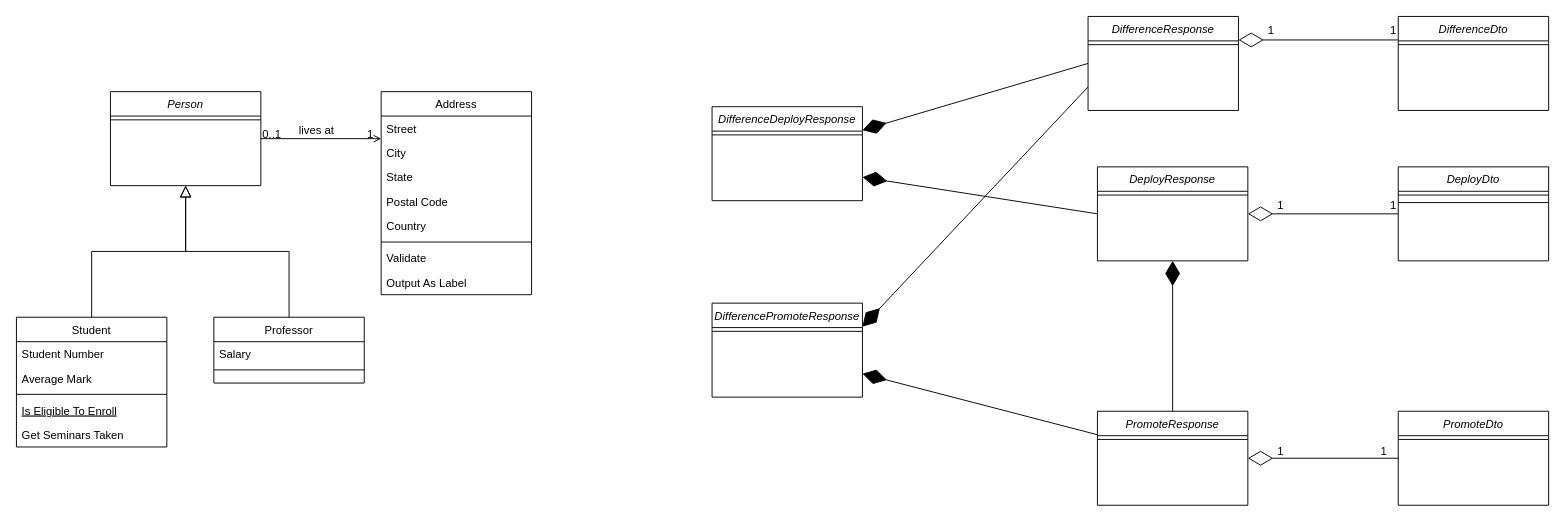
Earlier version of the draw.io diagram application-diagrams/casino/technical/diff-calculator-and-deployer/ClassDiagram.drawio (rohit23ahuja/draw-io). Source tidied: cells renumbered, new cells numbered last; positions are measured from the earlier drawing's top-left corner, leaving out a move shared by most shapes. Both pictures are drawn from the tidied source at 94%, with x=0, y=0 at pixel (16, 16).
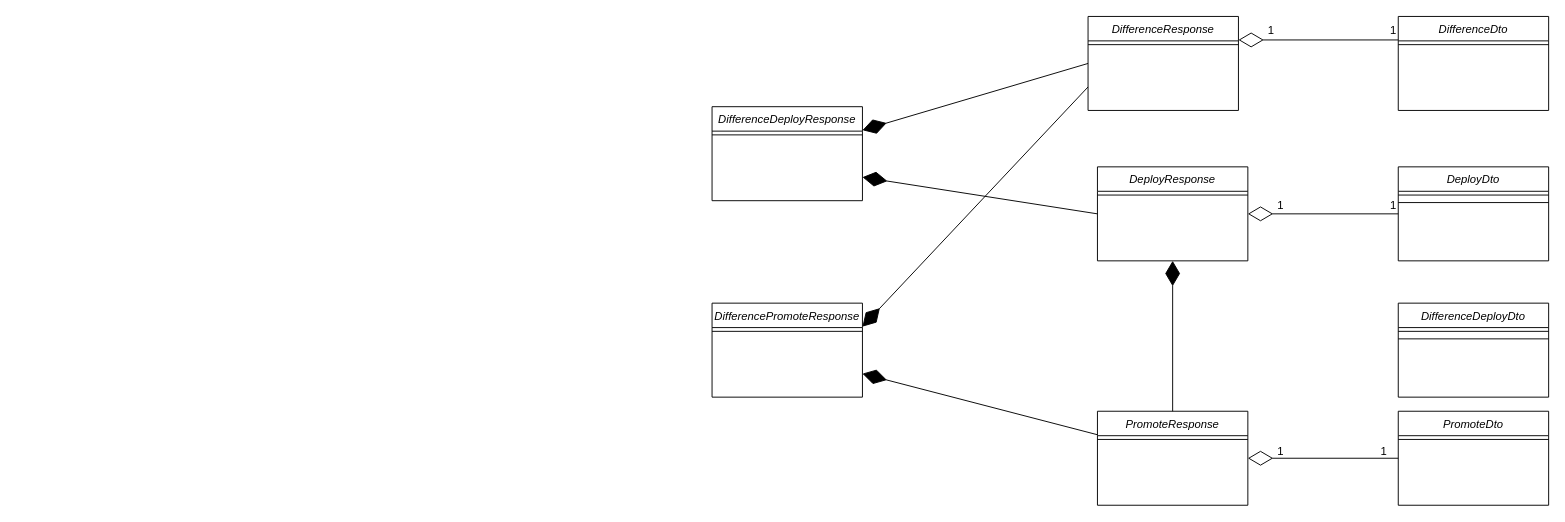
The same diagram, later.

What changed in the source:
```diff
@@
-    <mxCell id="2" value="Person" style="swimlane;fontStyle=2;align=center;verticalAlign=top;horizontal=1;startSize=26;rounded=0;shadow=0;strokeWidth=1;" parent="1" vertex="1">
-      <mxGeometry x="100" y="80" width="160" height="100" as="geometry" />
-    </mxCell>
-    <mxCell id="3" style="line;html=1;strokeWidth=1;align=left;verticalAlign=middle;spacingTop=-1;spacingLeft=3;spacingRight=3;labelPosition=right;" parent="2" vertex="1">
-      <mxGeometry y="26" width="160" height="8" as="geometry" />
-    </mxCell>
-    <mxCell id="4" value="Student" style="swimlane;fontStyle=0;align=center;verticalAlign=top;horizontal=1;startSize=26;rounded=0;shadow=0;strokeWidth=1;" parent="1" vertex="1">
-      <mxGeometry y="320" width="160" height="138" as="geometry" />
-    </mxCell>
-    <mxCell id="5" value="Student Number" style="text;align=left;verticalAlign=top;spacingLeft=4;spacingRight=4;overflow=hidden;" parent="4" vertex="1">
-      <mxGeometry y="26" width="160" height="26" as="geometry" />
-    </mxCell>
-    <mxCell id="6" value="Average Mark" style="text;align=left;verticalAlign=top;spacingLeft=4;spacingRight=4;overflow=hidden;rounded=0;shadow=0;html=0;" parent="4" vertex="1">
-      <mxGeometry y="52" width="160" height="26" as="geometry" />
-    </mxCell>
-    <mxCell id="7" style="line;html=1;strokeWidth=1;align=left;verticalAlign=middle;spacingTop=-1;spacingLeft=3;spacingRight=3;labelPosition=right;" parent="4" vertex="1">
-      <mxGeometry y="78" width="160" height="8" as="geometry" />
-    </mxCell>
-    <mxCell id="8" value="Is Eligible To Enroll" style="text;align=left;verticalAlign=top;spacingLeft=4;spacingRight=4;overflow=hidden;fontStyle=4;" parent="4" vertex="1">
-      <mxGeometry y="86" width="160" height="26" as="geometry" />
-    </mxCell>
-    <mxCell id="9" value="Get Seminars Taken" style="text;align=left;verticalAlign=top;spacingLeft=4;spacingRight=4;overflow=hidden;" parent="4" vertex="1">
-      <mxGeometry y="112" width="160" height="26" as="geometry" />
-    </mxCell>
-    <mxCell id="10" style="endArrow=block;endSize=10;endFill=0;shadow=0;strokeWidth=1;rounded=0;edgeStyle=elbowEdgeStyle;elbow=vertical;" parent="1" edge="1" source="4" target="2">
-      <mxGeometry relative="1" as="geometry" />
-    </mxCell>
-    <mxCell id="11" value="Professor" style="swimlane;fontStyle=0;align=center;verticalAlign=top;horizontal=1;startSize=26;rounded=0;shadow=0;strokeWidth=1;" parent="1" vertex="1">
-      <mxGeometry x="210" y="320" width="160" height="70" as="geometry" />
-    </mxCell>
-    <mxCell id="12" value="Salary" style="text;align=left;verticalAlign=top;spacingLeft=4;spacingRight=4;overflow=hidden;" parent="11" vertex="1">
-      <mxGeometry y="26" width="160" height="26" as="geometry" />
-    </mxCell>
-    <mxCell id="13" style="line;html=1;strokeWidth=1;align=left;verticalAlign=middle;spacingTop=-1;spacingLeft=3;spacingRight=3;labelPosition=right;" parent="11" vertex="1">
-      <mxGeometry y="52" width="160" height="8" as="geometry" />
-    </mxCell>
-    <mxCell id="14" style="endArrow=block;endSize=10;endFill=0;shadow=0;strokeWidth=1;rounded=0;edgeStyle=elbowEdgeStyle;elbow=vertical;" parent="1" edge="1" source="11" target="2">
-      <mxGeometry relative="1" as="geometry" />
-    </mxCell>
-    <mxCell id="15" value="Address" style="swimlane;fontStyle=0;align=center;verticalAlign=top;horizontal=1;startSize=26;rounded=0;shadow=0;strokeWidth=1;" parent="1" vertex="1">
-      <mxGeometry x="388" y="80" width="160" height="216" as="geometry" />
-    </mxCell>
-    <mxCell id="16" value="Street" style="text;align=left;verticalAlign=top;spacingLeft=4;spacingRight=4;overflow=hidden;" parent="15" vertex="1">
-      <mxGeometry y="26" width="160" height="26" as="geometry" />
-    </mxCell>
-    <mxCell id="17" value="City" style="text;align=left;verticalAlign=top;spacingLeft=4;spacingRight=4;overflow=hidden;rounded=0;shadow=0;html=0;" parent="15" vertex="1">
-      <mxGeometry y="52" width="160" height="26" as="geometry" />
-    </mxCell>
-    <mxCell id="18" value="State" style="text;align=left;verticalAlign=top;spacingLeft=4;spacingRight=4;overflow=hidden;rounded=0;shadow=0;html=0;" parent="15" vertex="1">
-      <mxGeometry y="78" width="160" height="26" as="geometry" />
-    </mxCell>
-    <mxCell id="19" value="Postal Code" style="text;align=left;verticalAlign=top;spacingLeft=4;spacingRight=4;overflow=hidden;rounded=0;shadow=0;html=0;" parent="15" vertex="1">
-      <mxGeometry y="104" width="160" height="26" as="geometry" />
-    </mxCell>
-    <mxCell id="20" value="Country" style="text;align=left;verticalAlign=top;spacingLeft=4;spacingRight=4;overflow=hidden;rounded=0;shadow=0;html=0;" parent="15" vertex="1">
-      <mxGeometry y="130" width="160" height="26" as="geometry" />
-    </mxCell>
-    <mxCell id="21" style="line;html=1;strokeWidth=1;align=left;verticalAlign=middle;spacingTop=-1;spacingLeft=3;spacingRight=3;labelPosition=right;" parent="15" vertex="1">
-      <mxGeometry y="156" width="160" height="8" as="geometry" />
-    </mxCell>
-    <mxCell id="22" value="Validate" style="text;align=left;verticalAlign=top;spacingLeft=4;spacingRight=4;overflow=hidden;" parent="15" vertex="1">
-      <mxGeometry y="164" width="160" height="26" as="geometry" />
-    </mxCell>
-    <mxCell id="23" value="Output As Label" style="text;align=left;verticalAlign=top;spacingLeft=4;spacingRight=4;overflow=hidden;" parent="15" vertex="1">
-      <mxGeometry y="190" width="160" height="26" as="geometry" />
-    </mxCell>
-    <mxCell id="24" style="endArrow=open;shadow=0;strokeWidth=1;rounded=0;endFill=1;edgeStyle=elbowEdgeStyle;elbow=vertical;" parent="1" edge="1" source="2" target="15">
-      <mxGeometry x="0.5" y="41" relative="1" as="geometry">
-        <mxPoint x="-40" y="32" as="offset" />
-      </mxGeometry>
-    </mxCell>
-    <mxCell id="25" value="0..1" style="align=left;verticalAlign=bottom;labelBackgroundColor=none;fontSize=12;" parent="24" vertex="1">
-      <mxGeometry x="-1" relative="1" as="geometry">
-        <mxPoint y="4" as="offset" />
-      </mxGeometry>
-    </mxCell>
-    <mxCell id="26" value="1" style="align=right;verticalAlign=bottom;labelBackgroundColor=none;fontSize=12;" parent="24" vertex="1">
-      <mxGeometry x="1" relative="1" as="geometry">
-        <mxPoint x="-7" y="4" as="offset" />
-      </mxGeometry>
-    </mxCell>
-    <mxCell id="27" value="lives at" style="text;html=1;align=center;verticalAlign=middle;labelBackgroundColor=none;rounded=0;shadow=0;strokeWidth=1;fontSize=12;" parent="24" vertex="1">
-      <mxGeometry x="0.5" y="49" relative="1" as="geometry">
-        <mxPoint x="-38" y="40" as="offset" />
-      </mxGeometry>
-    </mxCell>
@@
+    <mxCell id="59" value="DifferenceDeployDto" style="swimlane;fontStyle=2;align=center;verticalAlign=top;horizontal=1;startSize=26;rounded=0;shadow=0;strokeWidth=1;" parent="1" vertex="1">
+      <mxGeometry x="1470" y="305" width="160" height="100" as="geometry" />
+    </mxCell>
+    <mxCell id="3" style="line;html=1;strokeWidth=1;align=left;verticalAlign=middle;spacingTop=-1;spacingLeft=3;spacingRight=3;labelPosition=right;" parent="59" vertex="1">
+      <mxGeometry y="26" width="160" height="8" as="geometry" />
+    </mxCell>
+    <mxCell id="60" style="line;html=1;strokeWidth=1;align=left;verticalAlign=middle;spacingTop=-1;spacingLeft=3;spacingRight=3;labelPosition=right;" parent="59" vertex="1">
+      <mxGeometry y="34" width="160" height="8" as="geometry" />
+    </mxCell>
```
